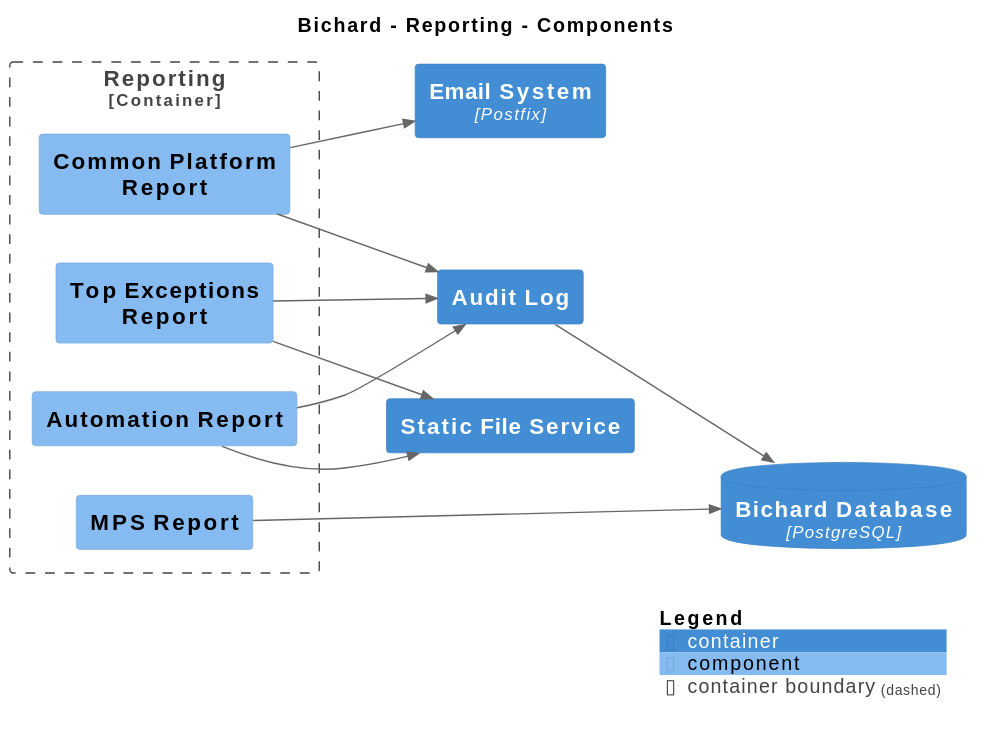
The PlantUML diagram main/svg/Component-006.svg in ministryofjustice/bichard7-next-core, before a commit. Its source is kept beside it as main/puml/Component-006.puml. Source of this version:
```plantuml
@startuml
set separator none
title Bichard - Reporting - Components

left to right direction

!include <C4/C4>
!include <C4/C4_Context>
!include <C4/C4_Container>
!include <C4/C4_Component>

Container(Bichard.StaticFileService, "Static File Service", $techn="", $descr="", $tags="", $link="")
ContainerDb(Bichard.BichardDatabase, "Bichard Database", $techn="PostgreSQL", $descr="", $tags="", $link="")
Container(Bichard.EmailSystem, "Email System", $techn="Postfix", $descr="", $tags="", $link="")
Container(Bichard.AuditLog, "Audit Log", $techn="", $descr="", $tags="", $link="")

Container_Boundary("Bichard.Reporting_boundary", "Reporting", $tags="") {
  Component(Bichard.Reporting.AutomationReport, "Automation Report", $techn="", $descr="", $tags="", $link="")
  Component(Bichard.Reporting.CommonPlatformReport, "Common Platform Report", $techn="", $descr="", $tags="", $link="")
  Component(Bichard.Reporting.MPSReport, "MPS Report", $techn="", $descr="", $tags="", $link="")
  Component(Bichard.Reporting.TopExceptionsReport, "Top Exceptions Report", $techn="", $descr="", $tags="", $link="")
}

Rel(Bichard.AuditLog, Bichard.BichardDatabase, "", $techn="", $tags="", $link="")
Rel(Bichard.Reporting.AutomationReport, Bichard.AuditLog, "", $techn="", $tags="", $link="")
Rel(Bichard.Reporting.CommonPlatformReport, Bichard.AuditLog, "", $techn="", $tags="", $link="")
Rel(Bichard.Reporting.AutomationReport, Bichard.StaticFileService, "", $techn="", $tags="", $link="")
Rel(Bichard.Reporting.TopExceptionsReport, Bichard.StaticFileService, "", $techn="", $tags="", $link="")
Rel(Bichard.Reporting.CommonPlatformReport, Bichard.EmailSystem, "", $techn="", $tags="", $link="")
Rel(Bichard.Reporting.MPSReport, Bichard.BichardDatabase, "", $techn="", $tags="", $link="")
Rel(Bichard.Reporting.TopExceptionsReport, Bichard.AuditLog, "", $techn="", $tags="", $link="")

SHOW_LEGEND(true)
@enduml
```
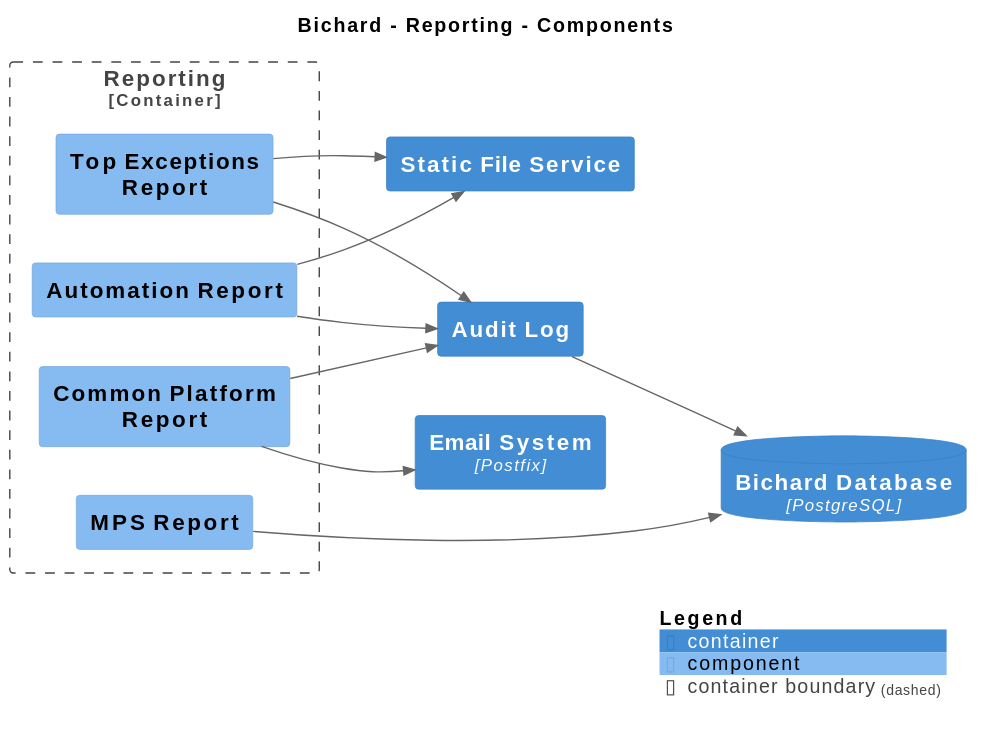
Above is the later version.

What changed in the source:
```diff
@@ -9,10 +9,10 @@
 !include <C4/C4_Container>
 !include <C4/C4_Component>
 
-Container(Bichard.StaticFileService, "Static File Service", $techn="", $descr="", $tags="", $link="")
 ContainerDb(Bichard.BichardDatabase, "Bichard Database", $techn="PostgreSQL", $descr="", $tags="", $link="")
 Container(Bichard.EmailSystem, "Email System", $techn="Postfix", $descr="", $tags="", $link="")
 Container(Bichard.AuditLog, "Audit Log", $techn="", $descr="", $tags="", $link="")
+Container(Bichard.StaticFileService, "Static File Service", $techn="", $descr="", $tags="", $link="")
 
 Container_Boundary("Bichard.Reporting_boundary", "Reporting", $tags="") {
   Component(Bichard.Reporting.AutomationReport, "Automation Report", $techn="", $descr="", $tags="", $link="")
```
